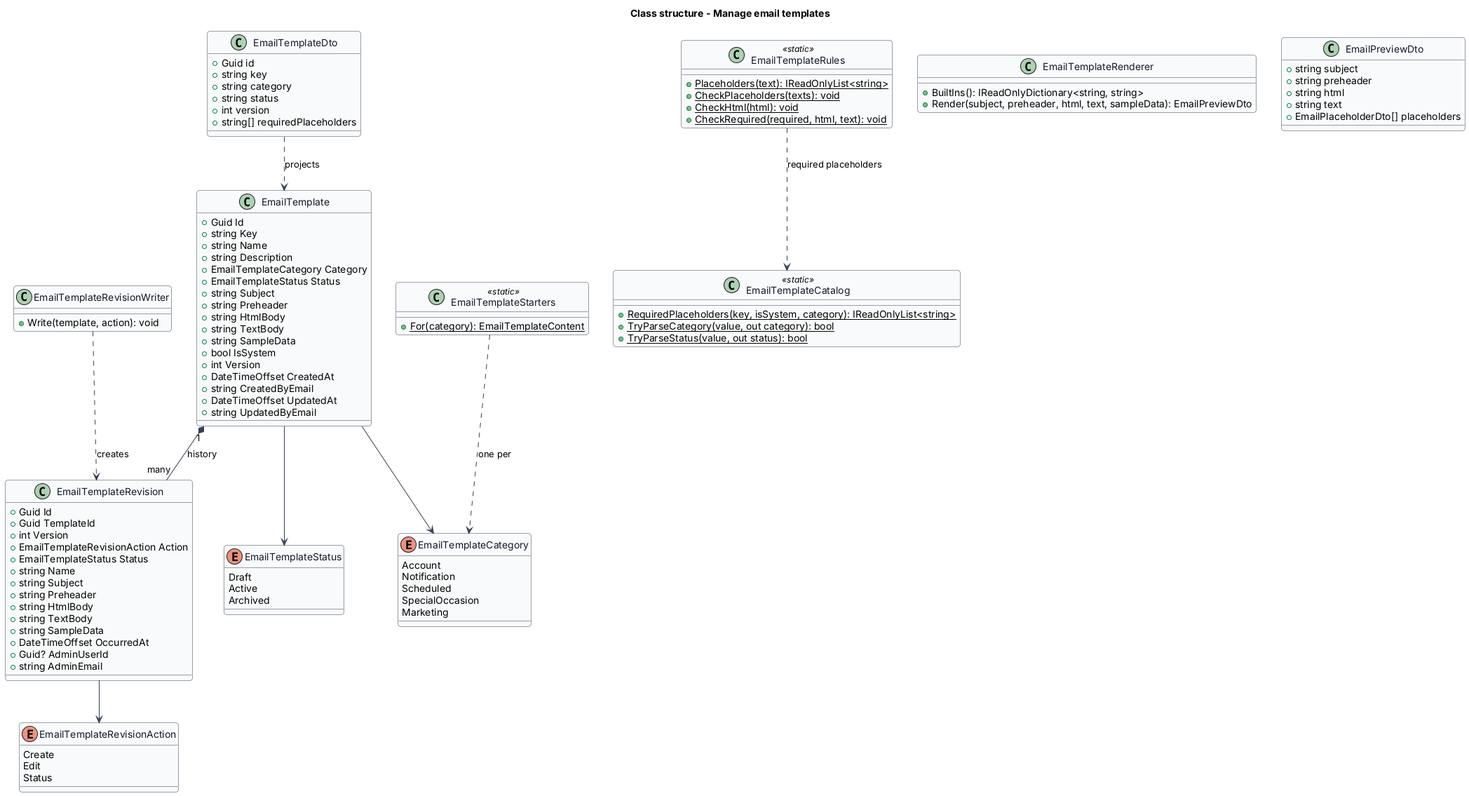
Above: docs/detailed-designs/administration/manage-email-templates/diagrams/class-structure.png in QuinntyneBrown/saturdaze (PlantUML), before the change.
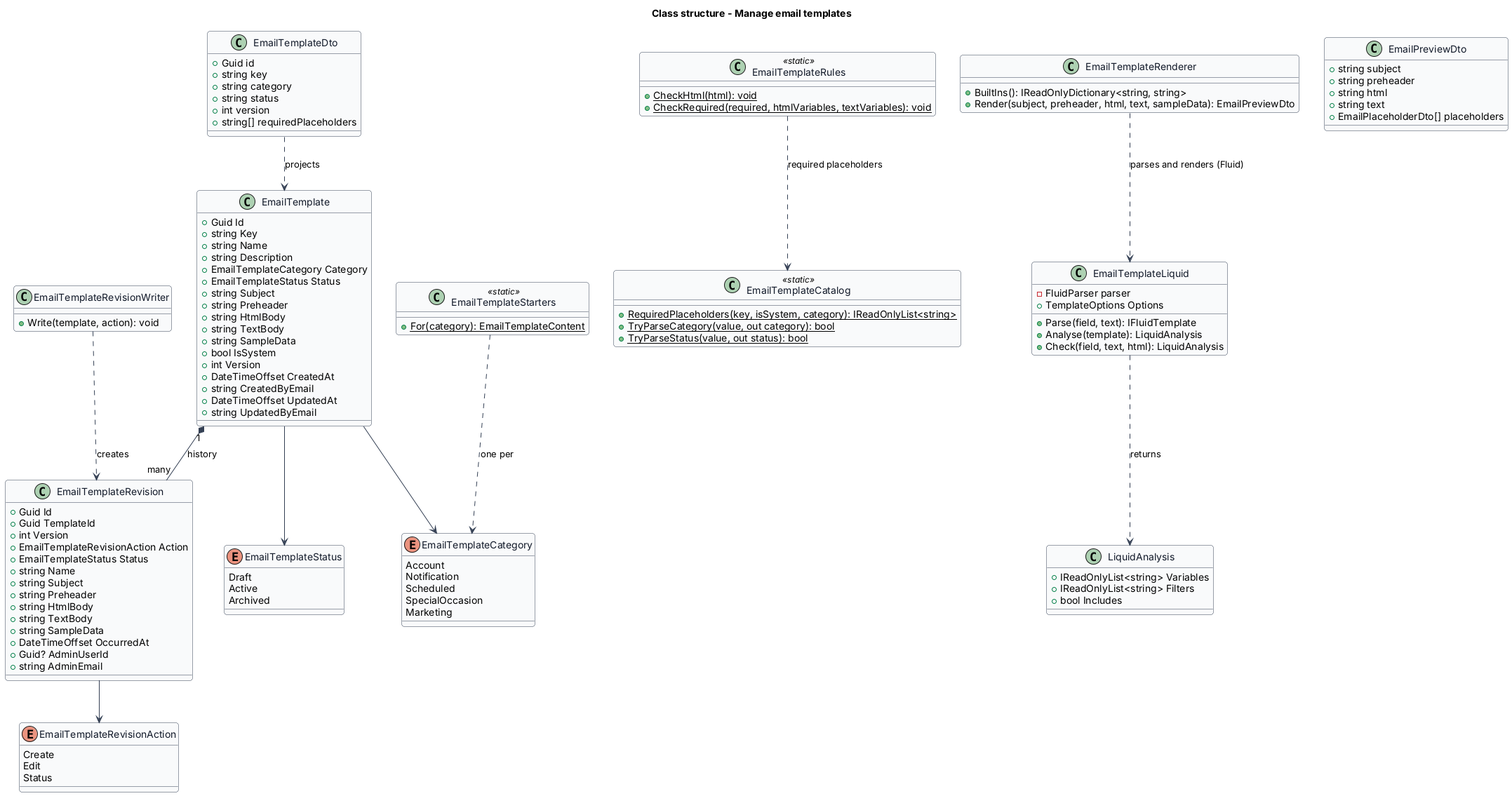
The same diagram one commit later.

What changed in the source:
```diff
@@ -71,11 +71,21 @@
 class EmailTemplateStarters <<static>> {
   +{static} For(category): EmailTemplateContent
 }
+class EmailTemplateLiquid {
+  -FluidParser parser
+  +TemplateOptions Options
+  +Parse(field, text): IFluidTemplate
+  +Analyse(template): LiquidAnalysis
+  +Check(field, text, html): LiquidAnalysis
+}
+class LiquidAnalysis {
+  +IReadOnlyList<string> Variables
+  +IReadOnlyList<string> Filters
+  +bool Includes
+}
 class EmailTemplateRules <<static>> {
-  +{static} Placeholders(text): IReadOnlyList<string>
-  +{static} CheckPlaceholders(texts): void
   +{static} CheckHtml(html): void
-  +{static} CheckRequired(required, html, text): void
+  +{static} CheckRequired(required, htmlVariables, textVariables): void
 }
 class EmailTemplateRenderer {
   +BuiltIns(): IReadOnlyDictionary<string, string>
@@ -104,6 +114,8 @@
 EmailTemplate "1" *-- "many" EmailTemplateRevision : history
 EmailTemplateRevision --> EmailTemplateRevisionAction
 EmailTemplateRules ..> EmailTemplateCatalog : required placeholders
+EmailTemplateLiquid ..> LiquidAnalysis : returns
+EmailTemplateRenderer ..> EmailTemplateLiquid : parses and renders (Fluid)
 EmailTemplateStarters ..> EmailTemplateCategory : one per
 EmailTemplateRevisionWriter ..> EmailTemplateRevision : creates
 EmailTemplateDto ..> EmailTemplate : projects
```
